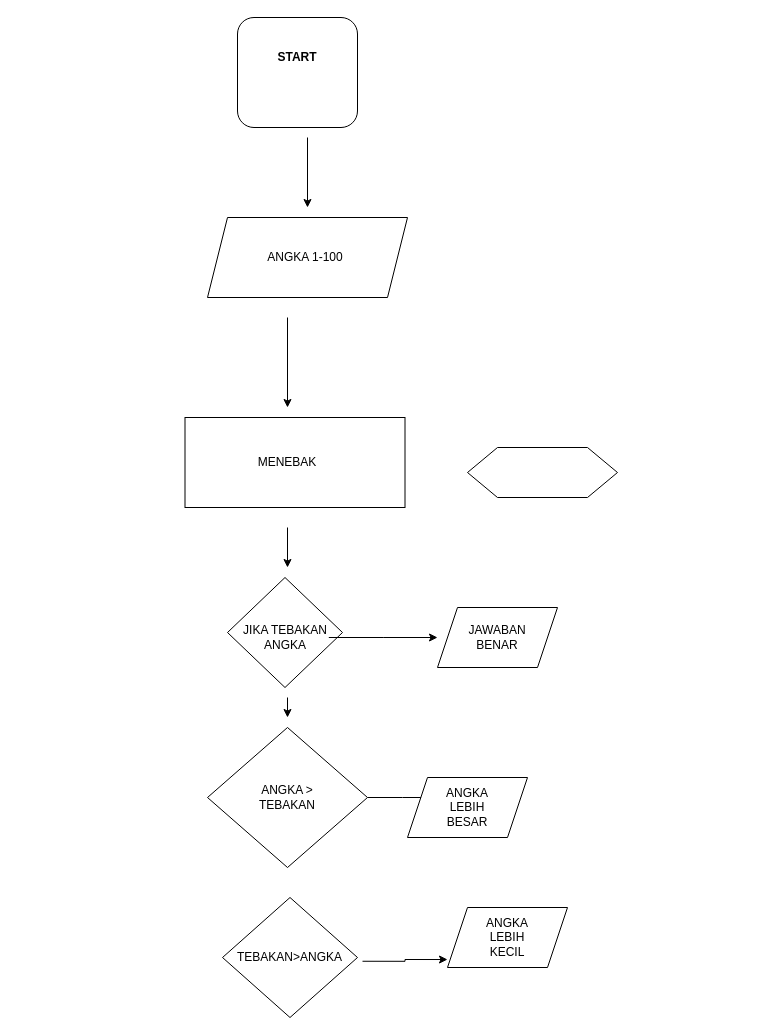
This is Untitled Diagram.drawio from Irsyadhakki/algo_A_23241004, a draw.io file, before an edit. Source tidied: cells renumbered, new cells numbered last; positions are measured from the earlier drawing's top-left corner, leaving out a move shared by most shapes. Both pictures are drawn from the tidied source at 100%, with x=0, y=0 at pixel (185, 17).
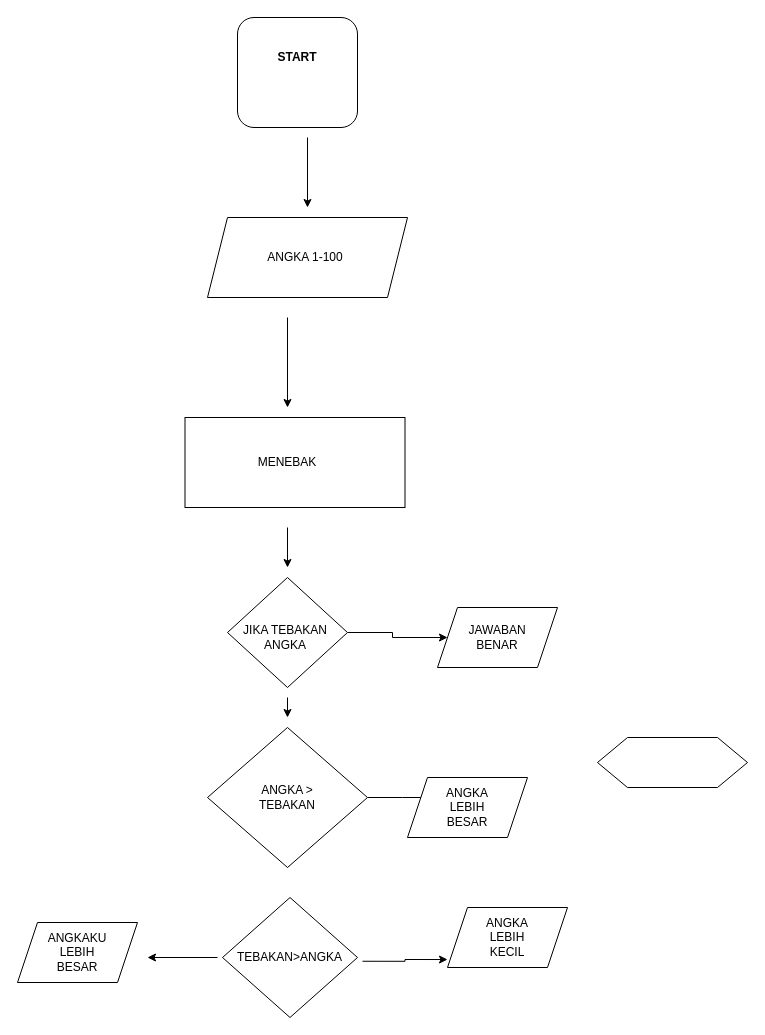
Above is the later version.

Unchanged cells that the change refers to:
```xml
<mxCell id="14" value="JIKA TEBAKAN ANGKA" style="text;strokeColor=none;align=center;fillColor=none;html=1;verticalAlign=middle;whiteSpace=wrap;rounded=0;" parent="1" vertex="1">
  <mxGeometry x="55.8" y="605" width="87.5" height="30" as="geometry" />
</mxCell>
<mxCell id="16" value="TEBAKAN&amp;gt;ANGKA" style="text;strokeColor=none;align=center;fillColor=none;html=1;verticalAlign=middle;whiteSpace=wrap;rounded=0;" parent="1" vertex="1">
  <mxGeometry x="32" y="932.5" width="145" height="15" as="geometry" />
</mxCell>
<mxCell id="24" style="shape=parallelogram;perimeter=parallelogramPerimeter;whiteSpace=wrap;html=1;fixedSize=1;" parent="1" vertex="1">
  <mxGeometry x="252" y="590" width="120" height="60" as="geometry" />
</mxCell>
```

The edit, as a diff of the source:
```diff
@@
+    <mxCell id="28" style="edgeStyle=orthogonalEdgeStyle;rounded=0;jettySize=auto;html=1;" parent="1" edge="1" source="7" target="24">
+      <mxGeometry relative="1" as="geometry" />
+    </mxCell>
     <mxCell id="7" style="rhombus;whiteSpace=wrap;html=1;" parent="1" vertex="1">
-      <mxGeometry x="42" y="560" width="115" height="110" as="geometry" />
+      <mxGeometry x="42" y="560" width="120" height="110" as="geometry" />
     </mxCell>
@@
     <mxCell id="9" style="shape=hexagon;perimeter=hexagonPerimeter2;whiteSpace=wrap;html=1;fixedSize=1;size=30;" parent="1" vertex="1">
-      <mxGeometry x="282" y="430" width="150" height="50" as="geometry" />
+      <mxGeometry x="412" y="720" width="150" height="50" as="geometry" />
     </mxCell>
@@
-    <mxCell id="13" style="edgeStyle=orthogonalEdgeStyle;rounded=0;jettySize=auto;html=1;" parent="1" edge="1" source="14">
-      <mxGeometry relative="1" as="geometry">
-        <mxPoint x="252" y="620" as="targetPoint" />
-      </mxGeometry>
-    </mxCell>
@@
+    <mxCell id="29" style="edgeStyle=orthogonalEdgeStyle;rounded=0;jettySize=auto;html=1;exitX=0;exitY=0.5;exitDx=0;exitDy=0;" parent="1" edge="1" source="16">
+      <mxGeometry relative="1" as="geometry">
+        <mxPoint x="-38" y="940" as="targetPoint" />
+      </mxGeometry>
+    </mxCell>
@@
+    <mxCell id="30" style="shape=parallelogram;perimeter=parallelogramPerimeter;whiteSpace=wrap;html=1;fixedSize=1;" parent="1" vertex="1">
+      <mxGeometry x="-168" y="905" width="120" height="60" as="geometry" />
+    </mxCell>
+    <mxCell id="31" value="ANGKAKU LEBIH BESAR" style="text;strokeColor=none;align=center;fillColor=none;html=1;verticalAlign=middle;whiteSpace=wrap;rounded=0;" parent="1" vertex="1">
+      <mxGeometry x="-138" y="920" width="60" height="30" as="geometry" />
+    </mxCell>
```
